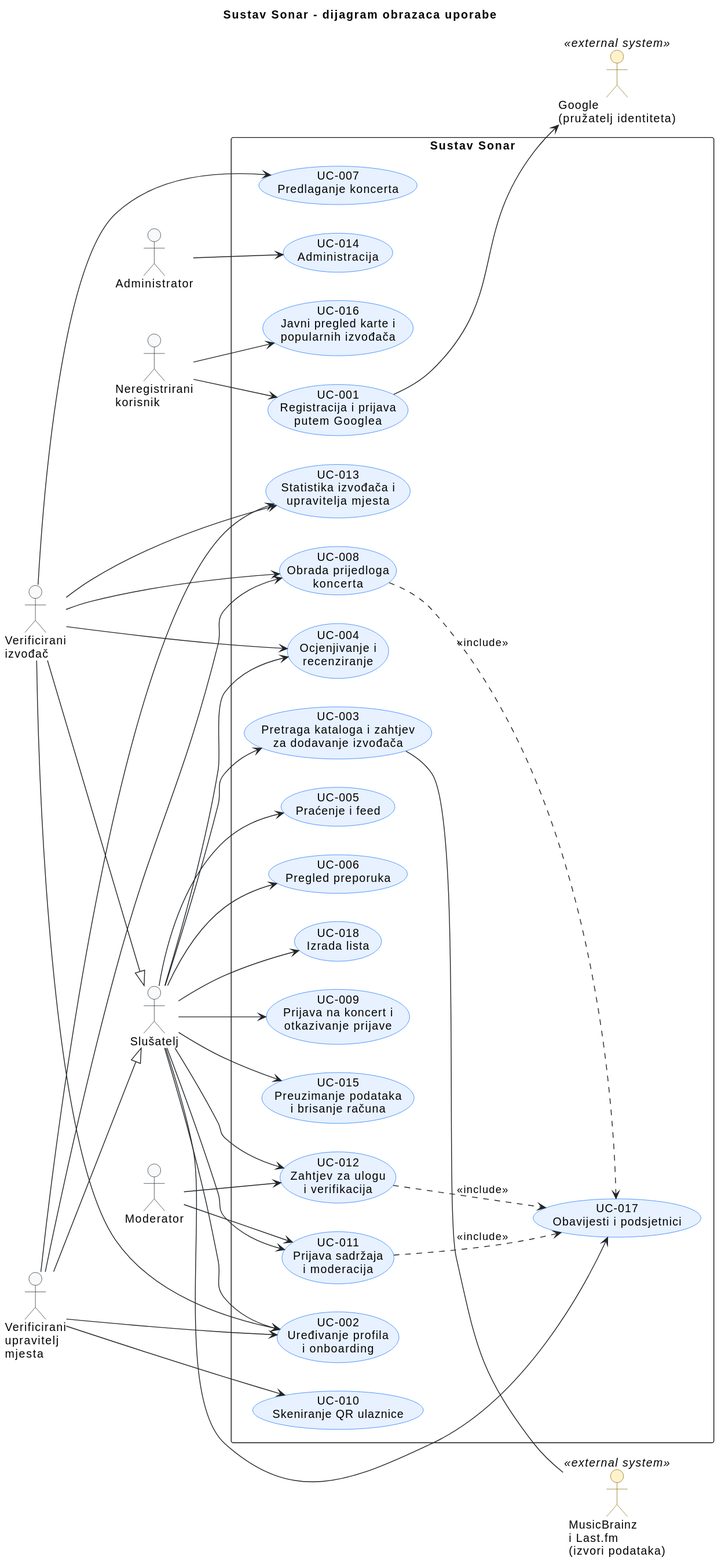
This is docs/assets/diagrams/3-1-sonar-system-UC.svg from ivrdo/Sonar, a PlantUML export, as it was before one commit.
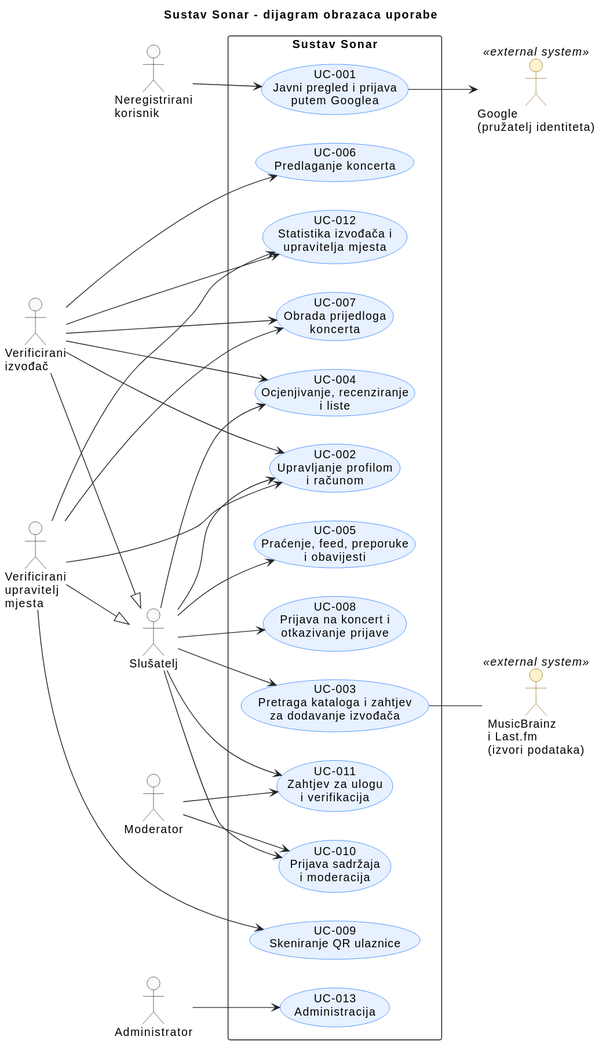
Above is the later version.

Diff of the diagram source:
```diff
@@ -31,61 +31,43 @@
 Upravitelj --|> Slusatelj
 
 rectangle "Sustav Sonar" as Sonar {
-    usecase "UC-016\nJavni pregled karte i\npopularnih izvođača" as UC016
-    usecase "UC-001\nRegistracija i prijava\nputem Googlea" as UC001
-    usecase "UC-002\nUređivanje profila\ni onboarding" as UC002
+    usecase "UC-001\nJavni pregled i prijava\nputem Googlea" as UC001
     usecase "UC-003\nPretraga kataloga i zahtjev\nza dodavanje izvođača" as UC003
-    usecase "UC-004\nOcjenjivanje i\nrecenziranje" as UC004
-    usecase "UC-005\nPraćenje i feed" as UC005
-    usecase "UC-006\nPregled preporuka" as UC006
-    usecase "UC-018\nIzrada lista" as UC018
-    usecase "UC-007\nPredlaganje koncerta" as UC007
-    usecase "UC-008\nObrada prijedloga\nkoncerta" as UC008
-    usecase "UC-009\nPrijava na koncert i\notkazivanje prijave" as UC009
-    usecase "UC-010\nSkeniranje QR ulaznice" as UC010
-    usecase "UC-011\nPrijava sadržaja\ni moderacija" as UC011
-    usecase "UC-012\nZahtjev za ulogu\ni verifikacija" as UC012
-    usecase "UC-013\nStatistika izvođača i\nupravitelja mjesta" as UC013
-    usecase "UC-014\nAdministracija" as UC014
-    usecase "UC-015\nPreuzimanje podataka\ni brisanje računa" as UC015
-    usecase "UC-017\nObavijesti i podsjetnici" as UC017
+    usecase "UC-005\nPraćenje, feed, preporuke\ni obavijesti" as UC005
+    usecase "UC-008\nPrijava na koncert i\notkazivanje prijave" as UC008
+    usecase "UC-010\nPrijava sadržaja\ni moderacija" as UC010
+    usecase "UC-011\nZahtjev za ulogu\ni verifikacija" as UC011
+    usecase "UC-004\nOcjenjivanje, recenziranje\ni liste" as UC004
+    usecase "UC-002\nUpravljanje profilom\ni računom" as UC002
+    usecase "UC-007\nObrada prijedloga\nkoncerta" as UC007
+    usecase "UC-009\nSkeniranje QR ulaznice" as UC009
+    usecase "UC-012\nStatistika izvođača i\nupravitelja mjesta" as UC012
+    usecase "UC-006\nPredlaganje koncerta" as UC006
+    usecase "UC-013\nAdministracija" as UC013
 }
 
-Posjetitelj --> UC016
 Posjetitelj --> UC001
-
 Slusatelj --> UC002
 Slusatelj --> UC003
 Slusatelj --> UC004
 Slusatelj --> UC005
-Slusatelj --> UC006
-Slusatelj --> UC009
+Slusatelj --> UC008
+Slusatelj --> UC010
 Slusatelj --> UC011
-Slusatelj --> UC012
-Slusatelj --> UC015
-Slusatelj --> UC017
-Slusatelj --> UC018
-
 Izvodac --> UC002
 Izvodac --> UC004
+Izvodac --> UC006
 Izvodac --> UC007
-Izvodac --> UC008
-Izvodac --> UC013
+Izvodac --> UC012
+Upravitelj --> UC002
+Upravitelj --> UC007
+Upravitelj --> UC009
+Upravitelj --> UC012
 
-Upravitelj --> UC002
-Upravitelj --> UC008
-Upravitelj --> UC010
-Upravitelj --> UC013
-
+Moderator --> UC010
 Moderator --> UC011
-Moderator --> UC012
-
-Administrator --> UC014
+Administrator --> UC013
 
 UC001 --> Google
 UC003 -- Izvori
-
-UC008 ..> UC017 : <<include>>
-UC011 ..> UC017 : <<include>>
-UC012 ..> UC017 : <<include>>
 @enduml
```
